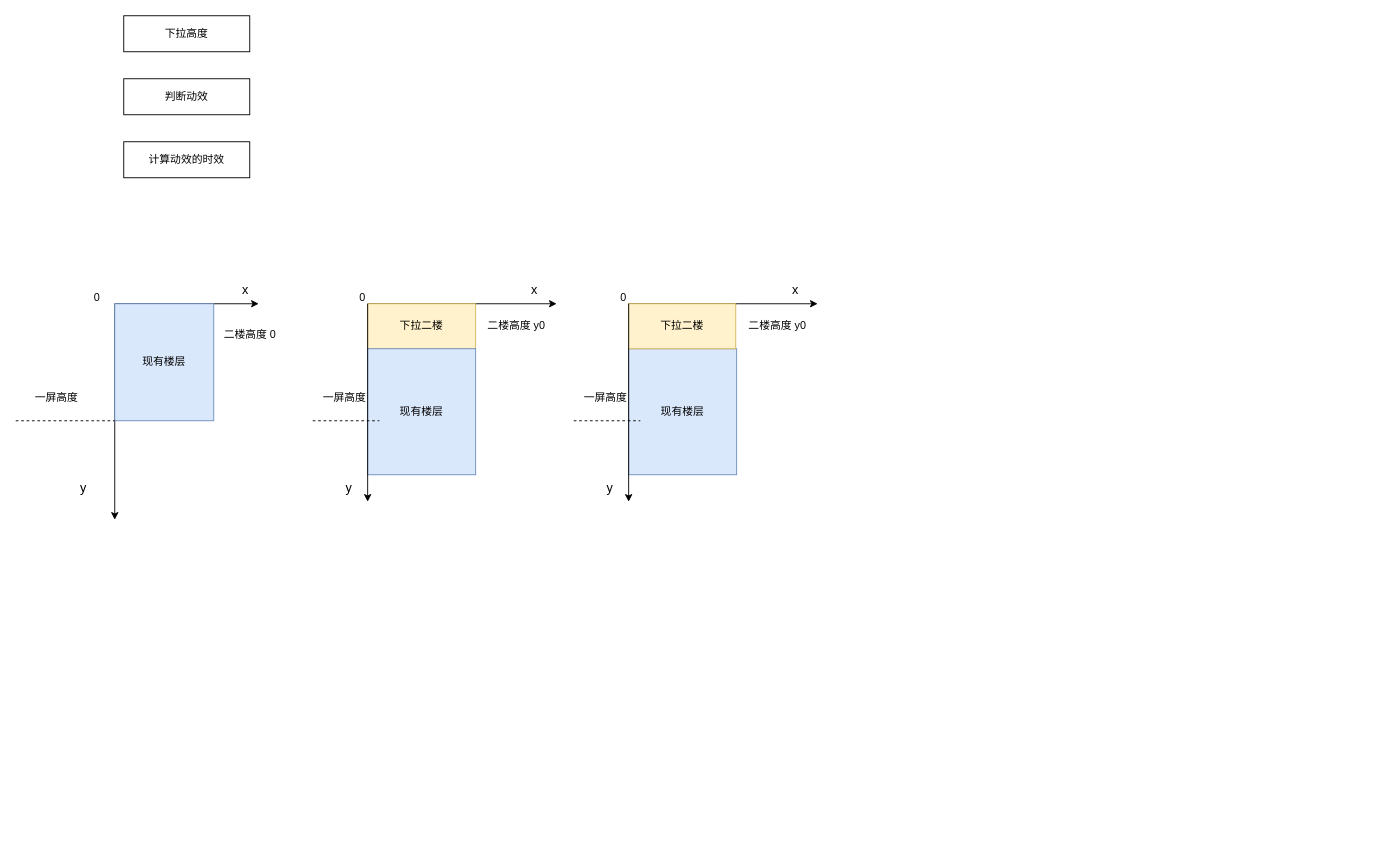
This is Untitled Diagram.drawio from changweijie/draw, a draw.io file, before an edit. Source tidied: cells renumbered, new cells numbered last; positions are measured from the earlier drawing's top-left corner, leaving out a move shared by most shapes. Both pictures are drawn from the tidied source at 90%, with x=0, y=0 at pixel (15, 15).
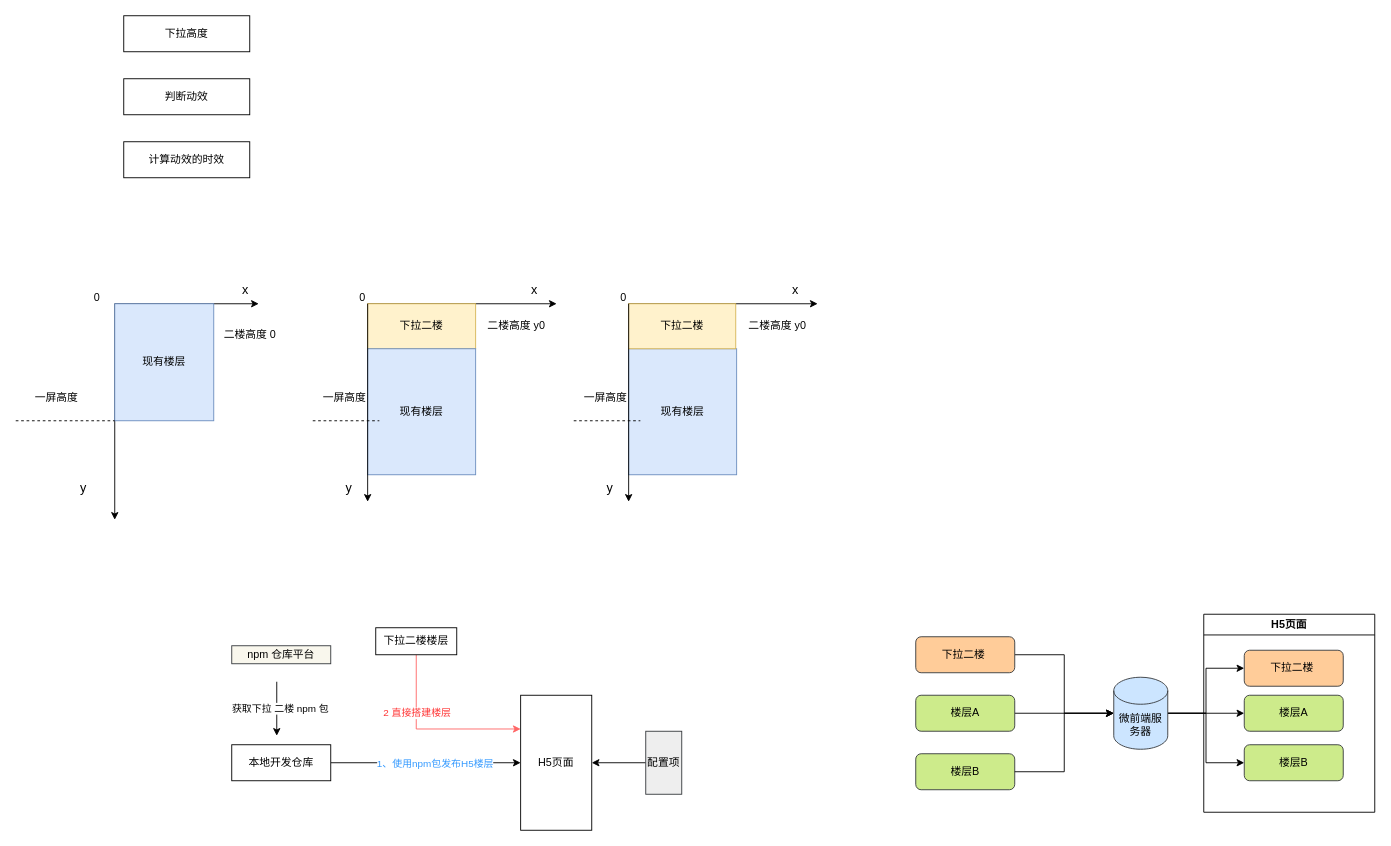
After the change.

Diff of the diagram source:
```diff
@@
+    <mxCell id="34" value="npm 仓库平台" style="rounded=0;whiteSpace=wrap;html=1;fillColor=#f9f7ed;strokeColor=#36393d;" parent="1" vertex="1">
+      <mxGeometry x="240" y="700" width="110" height="20" as="geometry" />
+    </mxCell>
+    <mxCell id="35" style="edgeStyle=orthogonalEdgeStyle;rounded=0;jettySize=auto;html=1;entryX=0;entryY=0.5;entryDx=0;entryDy=0;" parent="1" edge="1" source="37" target="42">
+      <mxGeometry relative="1" as="geometry" />
+    </mxCell>
+    <mxCell id="36" value="&lt;font color=&quot;#3399ff&quot;&gt;1、使用npm包发布H5楼层&lt;/font&gt;" style="edgeLabel;html=1;align=center;verticalAlign=middle;" parent="35" vertex="1">
+      <mxGeometry x="0.26" y="1" relative="1" as="geometry">
+        <mxPoint x="-18" y="1" as="offset" />
+      </mxGeometry>
+    </mxCell>
+    <mxCell id="37" value="本地开发仓库" style="rounded=0;whiteSpace=wrap;html=1;" parent="1" vertex="1">
+      <mxGeometry x="240" y="810" width="110" height="40" as="geometry" />
+    </mxCell>
+    <mxCell id="38" style="endArrow=classic;html=1;rounded=0;" parent="1" edge="1">
+      <mxGeometry relative="1" as="geometry">
+        <mxPoint x="290" y="740" as="sourcePoint" />
+        <mxPoint x="290" y="800" as="targetPoint" />
+      </mxGeometry>
+    </mxCell>
+    <mxCell id="39" value="获取下拉 二楼 npm 包" style="edgeLabel;html=1;align=center;verticalAlign=middle;" parent="38" vertex="1">
+      <mxGeometry x="-0.04" y="3" relative="1" as="geometry" />
+    </mxCell>
+    <mxCell id="40" style="edgeStyle=orthogonalEdgeStyle;rounded=0;jettySize=auto;html=1;" parent="1" edge="1" source="41" target="42">
+      <mxGeometry relative="1" as="geometry" />
+    </mxCell>
+    <mxCell id="41" value="配置项" style="rounded=0;whiteSpace=wrap;html=1;fillColor=#eeeeee;strokeColor=#36393d;" parent="1" vertex="1">
+      <mxGeometry x="700" y="795" width="40" height="70" as="geometry" />
+    </mxCell>
+    <mxCell id="42" value="H5页面" style="rounded=0;whiteSpace=wrap;html=1;" parent="1" vertex="1">
+      <mxGeometry x="561" y="755" width="79" height="150" as="geometry" />
+    </mxCell>
+    <mxCell id="43" style="edgeStyle=orthogonalEdgeStyle;rounded=0;jettySize=auto;html=1;exitX=0.5;exitY=1;exitDx=0;exitDy=0;entryX=0;entryY=0.25;entryDx=0;entryDy=0;fontColor=#FF6666;strokeColor=#FF6666;" parent="1" edge="1" source="45" target="42">
+      <mxGeometry relative="1" as="geometry" />
+    </mxCell>
+    <mxCell id="44" value="2 直接搭建楼层" style="edgeLabel;html=1;align=center;verticalAlign=middle;fontColor=#FF3333;" parent="43" vertex="1">
+      <mxGeometry x="-0.36" relative="1" as="geometry" />
+    </mxCell>
+    <mxCell id="45" value="下拉二楼楼层" style="rounded=0;whiteSpace=wrap;html=1;" parent="1" vertex="1">
+      <mxGeometry x="400" y="680" width="90" height="30" as="geometry" />
+    </mxCell>
+    <mxCell id="46" style="edgeStyle=orthogonalEdgeStyle;rounded=0;jettySize=auto;html=1;entryX=0;entryY=0.5;entryDx=0;entryDy=0;entryPerimeter=0;" parent="1" edge="1" source="47" target="54">
+      <mxGeometry relative="1" as="geometry" />
+    </mxCell>
+    <mxCell id="47" value="下拉二楼&amp;nbsp;" style="rounded=1;whiteSpace=wrap;html=1;fillColor=#ffcc99;strokeColor=#36393d;" parent="1" vertex="1">
+      <mxGeometry x="1000" y="690" width="110" height="40" as="geometry" />
+    </mxCell>
+    <mxCell id="48" style="edgeStyle=orthogonalEdgeStyle;rounded=0;jettySize=auto;html=1;" parent="1" edge="1" source="49" target="54">
+      <mxGeometry relative="1" as="geometry" />
+    </mxCell>
+    <mxCell id="49" value="楼层A" style="rounded=1;whiteSpace=wrap;html=1;fillColor=#cdeb8b;strokeColor=#36393d;" parent="1" vertex="1">
+      <mxGeometry x="1000" y="755" width="110" height="40" as="geometry" />
+    </mxCell>
+    <mxCell id="50" value="楼层B" style="rounded=1;whiteSpace=wrap;html=1;fillColor=#cdeb8b;strokeColor=#36393d;" parent="1" vertex="1">
+      <mxGeometry x="1000" y="820" width="110" height="40" as="geometry" />
+    </mxCell>
+    <mxCell id="51" style="edgeStyle=orthogonalEdgeStyle;rounded=0;jettySize=auto;html=1;entryX=0;entryY=0.5;entryDx=0;entryDy=0;" parent="1" edge="1" source="54" target="56">
+      <mxGeometry relative="1" as="geometry" />
+    </mxCell>
+    <mxCell id="52" style="edgeStyle=orthogonalEdgeStyle;rounded=0;jettySize=auto;html=1;" parent="1" edge="1" source="54" target="57">
+      <mxGeometry relative="1" as="geometry" />
+    </mxCell>
+    <mxCell id="53" style="edgeStyle=orthogonalEdgeStyle;rounded=0;jettySize=auto;html=1;" parent="1" edge="1" source="54" target="58">
+      <mxGeometry relative="1" as="geometry" />
+    </mxCell>
+    <mxCell id="54" value="微前端服务器" style="shape=cylinder3;whiteSpace=wrap;html=1;boundedLbl=1;backgroundOutline=1;size=15;fillColor=#cce5ff;strokeColor=#36393d;" parent="1" vertex="1">
+      <mxGeometry x="1220" y="735" width="60" height="80" as="geometry" />
+    </mxCell>
+    <mxCell id="55" value="H5页面" style="swimlane;whiteSpace=wrap;html=1;" parent="1" vertex="1">
+      <mxGeometry x="1320" y="665" width="190" height="220" as="geometry" />
+    </mxCell>
+    <mxCell id="56" value="下拉二楼&amp;nbsp;" style="rounded=1;whiteSpace=wrap;html=1;fillColor=#ffcc99;strokeColor=#36393d;" parent="55" vertex="1">
+      <mxGeometry x="45" y="40" width="110" height="40" as="geometry" />
+    </mxCell>
+    <mxCell id="57" value="楼层A" style="rounded=1;whiteSpace=wrap;html=1;fillColor=#cdeb8b;strokeColor=#36393d;" parent="55" vertex="1">
+      <mxGeometry x="45" y="90" width="110" height="40" as="geometry" />
+    </mxCell>
+    <mxCell id="58" value="楼层B" style="rounded=1;whiteSpace=wrap;html=1;fillColor=#cdeb8b;strokeColor=#36393d;" parent="55" vertex="1">
+      <mxGeometry x="45" y="145" width="110" height="40" as="geometry" />
+    </mxCell>
+    <mxCell id="59" style="edgeStyle=orthogonalEdgeStyle;rounded=0;jettySize=auto;html=1;entryX=0;entryY=0.5;entryDx=0;entryDy=0;entryPerimeter=0;" parent="1" edge="1" source="50" target="54">
+      <mxGeometry relative="1" as="geometry" />
+    </mxCell>
```
